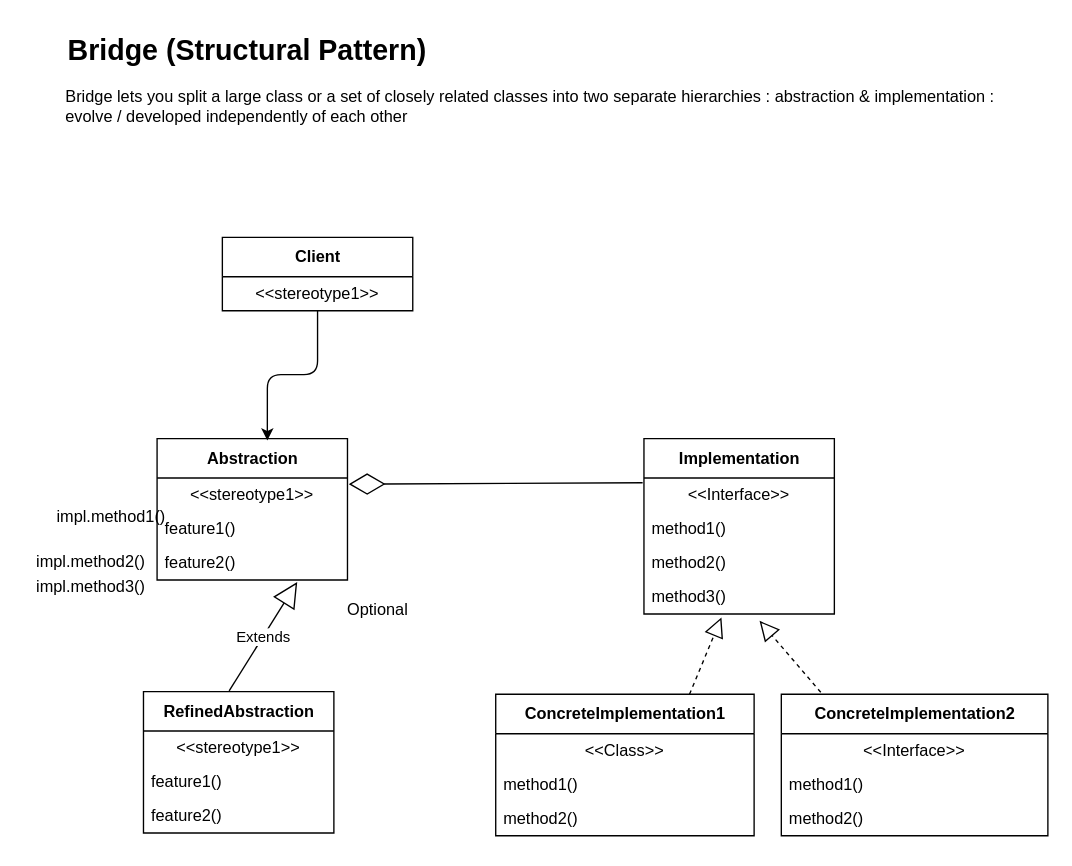
The draw.io diagram page "Bridge" (14 of 14) of design-patterns.drawio in p-killer/Boa-Design-Pattern, before the edit. Source tidied: cells renumbered, new cells numbered last; positions are measured from the earlier drawing's top-left corner, leaving out a move shared by most shapes. Both pictures are drawn from the tidied source at 136%, with x=0, y=0 at pixel (23, 23).
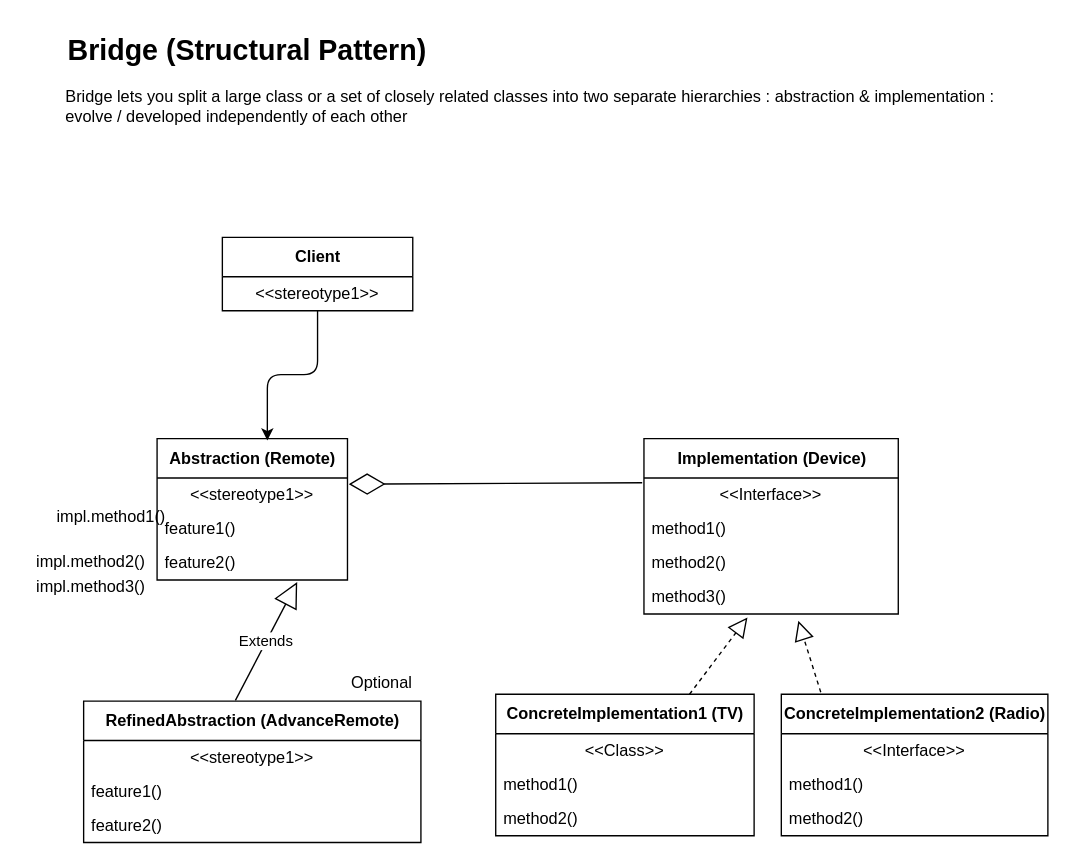
The same diagram, later.

What changed in the source:
```diff
@@
-    <mxCell id="4" value="Abstraction" style="swimlane;fontStyle=1;align=center;verticalAlign=middle;horizontal=1;startSize=29;html=1;" parent="1" vertex="1">
+    <mxCell id="4" value="Abstraction (Remote)" style="swimlane;fontStyle=1;align=center;verticalAlign=middle;horizontal=1;startSize=29;html=1;" parent="1" vertex="1">
       <mxGeometry x="98" y="305" width="140" height="104" as="geometry" />
     </mxCell>
@@
-    <mxCell id="8" value="RefinedAbstraction" style="swimlane;fontStyle=1;align=center;verticalAlign=middle;horizontal=1;startSize=29;html=1;" parent="1" vertex="1">
-      <mxGeometry x="88" y="491" width="140" height="104" as="geometry" />
+    <mxCell id="8" value="RefinedAbstraction (AdvanceRemote)" style="swimlane;fontStyle=1;align=center;verticalAlign=middle;horizontal=1;startSize=29;html=1;" parent="1" vertex="1">
+      <mxGeometry x="44" y="498" width="248" height="104" as="geometry" />
     </mxCell>
     <mxCell id="9" value="&amp;lt;&amp;lt;stereotype1&amp;gt;&amp;gt;" style="text;html=1;strokeColor=none;fillColor=none;align=center;verticalAlign=middle;spacingLeft=4;spacingRight=4;overflow=hidden;" parent="8" vertex="1">
-      <mxGeometry y="29" width="140" height="25" as="geometry" />
+      <mxGeometry y="29" width="248" height="25" as="geometry" />
     </mxCell>
     <mxCell id="10" value="feature1()" style="text;html=1;strokeColor=none;fillColor=none;align=left;verticalAlign=middle;spacingLeft=4;spacingRight=4;overflow=hidden;" parent="8" vertex="1">
-      <mxGeometry y="54" width="140" height="25" as="geometry" />
+      <mxGeometry y="54" width="248" height="25" as="geometry" />
     </mxCell>
     <mxCell id="11" value="feature2()" style="text;html=1;strokeColor=none;fillColor=none;align=left;verticalAlign=middle;spacingLeft=4;spacingRight=4;overflow=hidden;" parent="8" vertex="1">
-      <mxGeometry y="79" width="140" height="25" as="geometry" />
+      <mxGeometry y="79" width="248" height="25" as="geometry" />
     </mxCell>
-    <mxCell id="12" value="Implementation" style="swimlane;fontStyle=1;align=center;verticalAlign=middle;horizontal=1;startSize=29;html=1;" parent="1" vertex="1">
-      <mxGeometry x="456" y="305" width="140" height="129" as="geometry" />
+    <mxCell id="12" value="Implementation (Device)" style="swimlane;fontStyle=1;align=center;verticalAlign=middle;horizontal=1;startSize=29;html=1;" parent="1" vertex="1">
+      <mxGeometry x="456" y="305" width="187" height="129" as="geometry" />
     </mxCell>
     <mxCell id="13" value="&amp;lt;&amp;lt;Interface&amp;gt;&amp;gt;" style="text;html=1;strokeColor=none;fillColor=none;align=center;verticalAlign=middle;spacingLeft=4;spacingRight=4;overflow=hidden;points=[[0,0.5],[1,0.5]];portConstraint=eastwest;" parent="12" vertex="1">
-      <mxGeometry y="29" width="140" height="25" as="geometry" />
+      <mxGeometry y="29" width="187" height="25" as="geometry" />
     </mxCell>
     <mxCell id="14" value="method1()" style="text;html=1;strokeColor=none;fillColor=none;align=left;verticalAlign=middle;spacingLeft=4;spacingRight=4;overflow=hidden;" parent="12" vertex="1">
-      <mxGeometry y="54" width="140" height="25" as="geometry" />
+      <mxGeometry y="54" width="187" height="25" as="geometry" />
     </mxCell>
     <mxCell id="15" value="method2()" style="text;html=1;strokeColor=none;fillColor=none;align=left;verticalAlign=middle;spacingLeft=4;spacingRight=4;overflow=hidden;" parent="12" vertex="1">
-      <mxGeometry y="79" width="140" height="25" as="geometry" />
+      <mxGeometry y="79" width="187" height="25" as="geometry" />
     </mxCell>
     <mxCell id="16" value="method3()" style="text;html=1;strokeColor=none;fillColor=none;align=left;verticalAlign=middle;spacingLeft=4;spacingRight=4;overflow=hidden;points=[[0,0.5],[1,0.5]];portConstraint=eastwest;" parent="12" vertex="1">
-      <mxGeometry y="104" width="140" height="25" as="geometry" />
+      <mxGeometry y="104" width="187" height="25" as="geometry" />
     </mxCell>
-    <mxCell id="17" value="ConcreteImplementation1" style="swimlane;fontStyle=1;align=center;verticalAlign=middle;horizontal=1;startSize=29;html=1;" parent="1" vertex="1">
+    <mxCell id="17" value="ConcreteImplementation1 (TV)" style="swimlane;fontStyle=1;align=center;verticalAlign=middle;horizontal=1;startSize=29;html=1;" parent="1" vertex="1">
       <mxGeometry x="347" y="493" width="190" height="104" as="geometry" />
     </mxCell>
@@
-    <mxCell id="21" value="ConcreteImplementation2" style="swimlane;fontStyle=1;align=center;verticalAlign=middle;horizontal=1;startSize=29;html=1;" parent="1" vertex="1">
+    <mxCell id="21" value="ConcreteImplementation2 (Radio)" style="swimlane;fontStyle=1;align=center;verticalAlign=middle;horizontal=1;startSize=29;html=1;" parent="1" vertex="1">
       <mxGeometry x="557" y="493" width="196" height="104" as="geometry" />
     </mxCell>
@@
     <mxCell id="34" value="Optional" style="text;html=1;align=center;verticalAlign=middle;strokeColor=none;fillColor=none;" parent="1" vertex="1">
-      <mxGeometry x="228" y="418" width="63" height="26" as="geometry" />
+      <mxGeometry x="231" y="472" width="63" height="26" as="geometry" />
     </mxCell>
```
